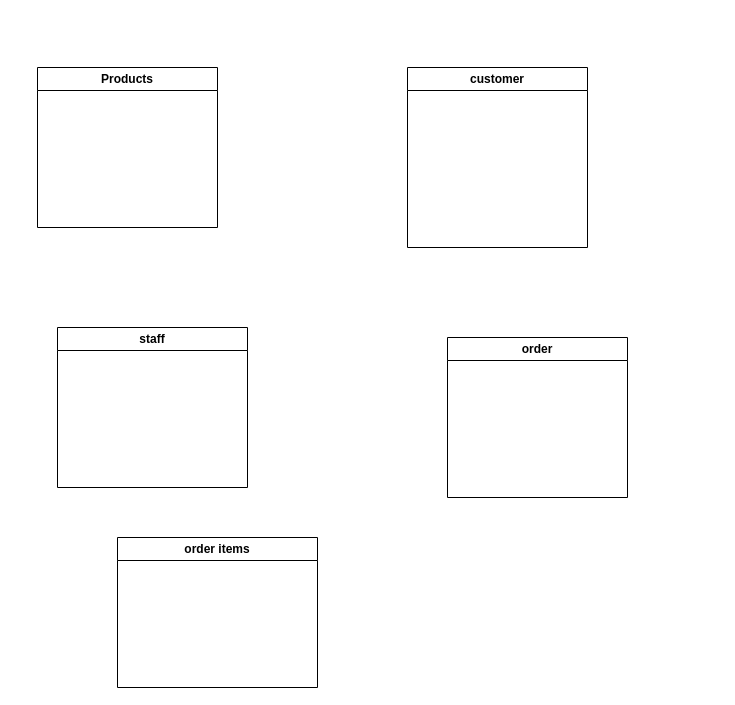
Earlier version of the draw.io diagram Untitled Diagram.drawio (mahoro-belyse/database_wk8_final_assignment). Source tidied: cells renumbered, new cells numbered last; positions are measured from the earlier drawing's top-left corner, leaving out a move shared by most shapes. Both pictures are drawn from the tidied source at 100%, with x=0, y=0 at pixel (37, 67).
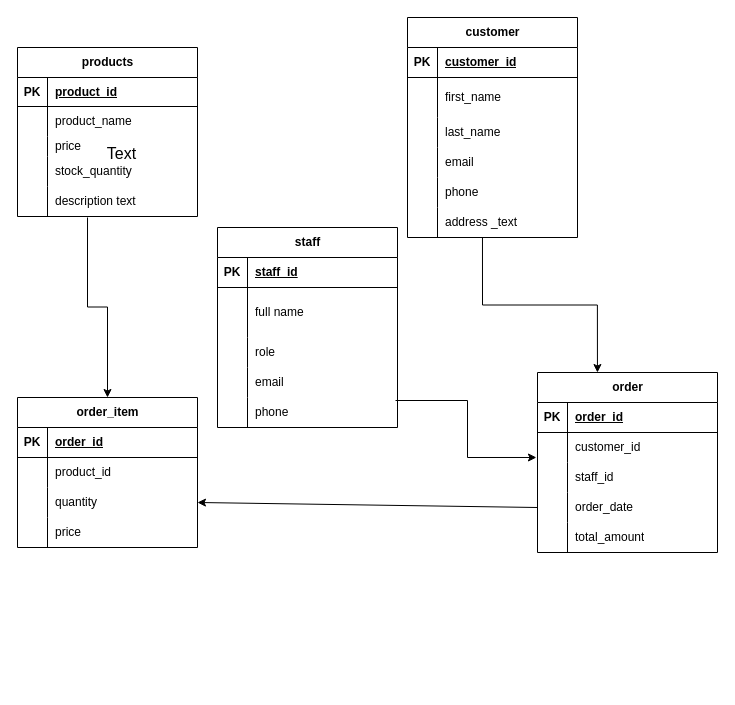
The same page after the edit.

Change to the diagram source:
```diff
@@
-    <mxCell id="2" value="Products" style="swimlane;whiteSpace=wrap;html=1;" parent="1" vertex="1">
-      <mxGeometry width="180" height="160" as="geometry" />
-    </mxCell>
+    <mxCell id="7" value="Text" style="text;html=1;align=center;verticalAlign=middle;strokeColor=none;fillColor=none;fontSize=16;labelBackgroundColor=none;" parent="1" vertex="1">
+      <mxGeometry x="59" y="71" width="50" height="30" as="geometry" />
+    </mxCell>
+    <mxCell id="8" value="products" style="shape=table;startSize=30;childLayout=tableLayout;rowLines=0;fontStyle=1;align=center;html=1;labelBackgroundColor=none;" parent="1" vertex="1">
+      <mxGeometry x="-20" y="-20" width="180" height="169" as="geometry" />
+    </mxCell>
+    <mxCell id="9" style="shape=tableRow;horizontal=0;startSize=0;swimlaneHead=0;swimlaneBody=0;fillColor=none;top=0;left=0;right=0;bottom=1;labelBackgroundColor=none;" parent="8" vertex="1">
+      <mxGeometry y="30" width="180" height="29" as="geometry" />
+    </mxCell>
+    <mxCell id="10" value="PK" style="shape=partialRectangle;fillColor=none;top=0;left=0;bottom=0;right=0;fontStyle=1;overflow=hidden;whiteSpace=wrap;html=1;labelBackgroundColor=none;" parent="9" vertex="1">
+      <mxGeometry width="30" height="29" as="geometry" />
+    </mxCell>
+    <mxCell id="11" value="product_id" style="shape=partialRectangle;fillColor=none;top=0;left=0;bottom=0;right=0;align=left;spacingLeft=6;fontStyle=5;overflow=hidden;whiteSpace=wrap;html=1;labelBackgroundColor=none;" parent="9" vertex="1">
+      <mxGeometry x="30" width="150" height="29" as="geometry" />
+    </mxCell>
+    <mxCell id="12" style="shape=tableRow;horizontal=0;startSize=0;swimlaneHead=0;swimlaneBody=0;fillColor=none;top=0;left=0;right=0;bottom=0;labelBackgroundColor=none;" parent="8" vertex="1">
+      <mxGeometry y="59" width="180" height="30" as="geometry" />
+    </mxCell>
+    <mxCell id="13" style="shape=partialRectangle;fillColor=none;top=0;left=0;bottom=0;right=0;overflow=hidden;whiteSpace=wrap;html=1;labelBackgroundColor=none;" parent="12" vertex="1">
+      <mxGeometry width="30" height="30" as="geometry" />
+    </mxCell>
+    <mxCell id="14" value="product_name" style="shape=partialRectangle;fillColor=none;top=0;left=0;bottom=0;right=0;align=left;spacingLeft=6;overflow=hidden;whiteSpace=wrap;html=1;labelBackgroundColor=none;" parent="12" vertex="1">
+      <mxGeometry x="30" width="150" height="30" as="geometry" />
+    </mxCell>
+    <mxCell id="15" style="shape=tableRow;horizontal=0;startSize=0;swimlaneHead=0;swimlaneBody=0;fillColor=none;top=0;left=0;right=0;bottom=0;labelBackgroundColor=none;" parent="8" vertex="1">
+      <mxGeometry y="89" width="180" height="20" as="geometry" />
+    </mxCell>
+    <mxCell id="16" style="shape=partialRectangle;fillColor=none;top=0;left=0;bottom=0;right=0;overflow=hidden;whiteSpace=wrap;html=1;labelBackgroundColor=none;" parent="15" vertex="1">
+      <mxGeometry width="30" height="20" as="geometry" />
+    </mxCell>
+    <mxCell id="17" value="price" style="shape=partialRectangle;fillColor=none;top=0;left=0;bottom=0;right=0;align=left;spacingLeft=6;overflow=hidden;whiteSpace=wrap;html=1;labelBackgroundColor=none;" parent="15" vertex="1">
+      <mxGeometry x="30" width="150" height="20" as="geometry" />
+    </mxCell>
+    <mxCell id="18" style="shape=tableRow;horizontal=0;startSize=0;swimlaneHead=0;swimlaneBody=0;fillColor=none;top=0;left=0;right=0;bottom=0;labelBackgroundColor=none;" parent="8" vertex="1">
+      <mxGeometry y="109" width="180" height="30" as="geometry" />
+    </mxCell>
+    <mxCell id="19" style="shape=partialRectangle;fillColor=none;top=0;left=0;bottom=0;right=0;overflow=hidden;whiteSpace=wrap;html=1;labelBackgroundColor=none;" parent="18" vertex="1">
+      <mxGeometry width="30" height="30" as="geometry" />
+    </mxCell>
+    <mxCell id="20" value="stock_quantity" style="shape=partialRectangle;fillColor=none;top=0;left=0;bottom=0;right=0;align=left;spacingLeft=6;overflow=hidden;whiteSpace=wrap;html=1;labelBackgroundColor=none;" parent="18" vertex="1">
+      <mxGeometry x="30" width="150" height="30" as="geometry" />
+    </mxCell>
+    <mxCell id="21" style="shape=tableRow;horizontal=0;startSize=0;swimlaneHead=0;swimlaneBody=0;fillColor=none;points=[[0,0.5],[1,0.5]];portConstraint=eastwest;top=0;left=0;right=0;bottom=0;labelBackgroundColor=none;" parent="8" vertex="1">
+      <mxGeometry y="139" width="180" height="30" as="geometry" />
+    </mxCell>
+    <mxCell id="22" style="shape=partialRectangle;fillColor=none;top=0;left=0;bottom=0;right=0;overflow=hidden;whiteSpace=wrap;html=1;labelBackgroundColor=none;" parent="21" vertex="1">
+      <mxGeometry width="30" height="30" as="geometry" />
+    </mxCell>
+    <mxCell id="23" value="description text" style="shape=partialRectangle;fillColor=none;top=0;left=0;bottom=0;right=0;align=left;spacingLeft=6;overflow=hidden;whiteSpace=wrap;html=1;labelBackgroundColor=none;" parent="21" vertex="1">
+      <mxGeometry x="30" width="150" height="30" as="geometry" />
+    </mxCell>
+    <mxCell id="4" value="staff" style="shape=table;startSize=30;childLayout=tableLayout;rowLines=0;fontStyle=1;align=center;html=1;" parent="1" vertex="1">
+      <mxGeometry x="180" y="160" width="180" height="200" as="geometry" />
+    </mxCell>
+    <mxCell id="24" style="shape=tableRow;horizontal=0;startSize=0;swimlaneHead=0;swimlaneBody=0;fillColor=none;top=0;left=0;right=0;bottom=1;" parent="4" vertex="1">
+      <mxGeometry y="30" width="180" height="30" as="geometry" />
+    </mxCell>
+    <mxCell id="25" value="PK" style="shape=partialRectangle;fillColor=none;top=0;left=0;bottom=0;right=0;fontStyle=1;overflow=hidden;whiteSpace=wrap;html=1;" parent="24" vertex="1">
+      <mxGeometry width="30" height="30" as="geometry" />
+    </mxCell>
+    <mxCell id="26" value="staff_id" style="shape=partialRectangle;fillColor=none;top=0;left=0;bottom=0;right=0;align=left;spacingLeft=6;fontStyle=5;overflow=hidden;whiteSpace=wrap;html=1;" parent="24" vertex="1">
+      <mxGeometry x="30" width="150" height="30" as="geometry" />
+    </mxCell>
+    <mxCell id="27" style="shape=tableRow;horizontal=0;startSize=0;swimlaneHead=0;swimlaneBody=0;fillColor=none;top=0;left=0;right=0;bottom=0;" parent="4" vertex="1">
+      <mxGeometry y="60" width="180" height="50" as="geometry" />
+    </mxCell>
+    <mxCell id="28" style="shape=partialRectangle;fillColor=none;top=0;left=0;bottom=0;right=0;overflow=hidden;whiteSpace=wrap;html=1;" parent="27" vertex="1">
+      <mxGeometry width="30" height="50" as="geometry" />
+    </mxCell>
+    <mxCell id="29" value="full name" style="shape=partialRectangle;fillColor=none;top=0;left=0;bottom=0;right=0;align=left;spacingLeft=6;overflow=hidden;whiteSpace=wrap;html=1;" parent="27" vertex="1">
+      <mxGeometry x="30" width="150" height="50" as="geometry" />
+    </mxCell>
+    <mxCell id="30" style="shape=tableRow;horizontal=0;startSize=0;swimlaneHead=0;swimlaneBody=0;fillColor=none;top=0;left=0;right=0;bottom=0;" parent="4" vertex="1">
+      <mxGeometry y="110" width="180" height="30" as="geometry" />
+    </mxCell>
+    <mxCell id="31" style="shape=partialRectangle;fillColor=none;top=0;left=0;bottom=0;right=0;overflow=hidden;whiteSpace=wrap;html=1;" parent="30" vertex="1">
+      <mxGeometry width="30" height="30" as="geometry" />
+    </mxCell>
+    <mxCell id="32" value="role" style="shape=partialRectangle;fillColor=none;top=0;left=0;bottom=0;right=0;align=left;spacingLeft=6;overflow=hidden;whiteSpace=wrap;html=1;" parent="30" vertex="1">
+      <mxGeometry x="30" width="150" height="30" as="geometry" />
+    </mxCell>
+    <mxCell id="33" style="shape=tableRow;horizontal=0;startSize=0;swimlaneHead=0;swimlaneBody=0;fillColor=none;top=0;left=0;right=0;bottom=0;" parent="4" vertex="1">
+      <mxGeometry y="140" width="180" height="30" as="geometry" />
+    </mxCell>
+    <mxCell id="34" style="shape=partialRectangle;fillColor=none;top=0;left=0;bottom=0;right=0;overflow=hidden;whiteSpace=wrap;html=1;" parent="33" vertex="1">
+      <mxGeometry width="30" height="30" as="geometry" />
+    </mxCell>
+    <mxCell id="35" value="email" style="shape=partialRectangle;fillColor=none;top=0;left=0;bottom=0;right=0;align=left;spacingLeft=6;overflow=hidden;whiteSpace=wrap;html=1;" parent="33" vertex="1">
+      <mxGeometry x="30" width="150" height="30" as="geometry" />
+    </mxCell>
+    <mxCell id="36" style="shape=tableRow;horizontal=0;startSize=0;swimlaneHead=0;swimlaneBody=0;fillColor=none;points=[[0,0.5],[1,0.5]];portConstraint=eastwest;top=0;left=0;right=0;bottom=0;" parent="4" vertex="1">
+      <mxGeometry y="170" width="180" height="30" as="geometry" />
+    </mxCell>
+    <mxCell id="37" style="shape=partialRectangle;fillColor=none;top=0;left=0;bottom=0;right=0;overflow=hidden;whiteSpace=wrap;html=1;" parent="36" vertex="1">
+      <mxGeometry width="30" height="30" as="geometry" />
+    </mxCell>
+    <mxCell id="38" value="phone" style="shape=partialRectangle;fillColor=none;top=0;left=0;bottom=0;right=0;align=left;spacingLeft=6;overflow=hidden;whiteSpace=wrap;html=1;" parent="36" vertex="1">
+      <mxGeometry x="30" width="150" height="30" as="geometry" />
+    </mxCell>
-    <mxCell id="3" value="customer" style="swimlane;whiteSpace=wrap;html=1;" parent="1" vertex="1">
-      <mxGeometry x="370" width="180" height="180" as="geometry" />
+    <mxCell id="3" value="customer" style="shape=table;startSize=30;childLayout=tableLayout;rowLines=0;fontStyle=1;align=center;html=1;" parent="1" vertex="1">
+      <mxGeometry x="370" y="-50" width="170" height="220" as="geometry" />
     </mxCell>
-    <mxCell id="4" value="staff" style="swimlane;whiteSpace=wrap;html=1;" parent="1" vertex="1">
-      <mxGeometry x="20" y="260" width="190" height="160" as="geometry" />
-    </mxCell>
+    <mxCell id="39" style="shape=tableRow;horizontal=0;startSize=0;swimlaneHead=0;swimlaneBody=0;fillColor=none;top=0;left=0;right=0;bottom=1;" parent="3" vertex="1">
+      <mxGeometry y="30" width="170" height="30" as="geometry" />
+    </mxCell>
+    <mxCell id="40" value="PK" style="shape=partialRectangle;fillColor=none;top=0;left=0;bottom=0;right=0;fontStyle=1;overflow=hidden;whiteSpace=wrap;html=1;" parent="39" vertex="1">
+      <mxGeometry width="30" height="30" as="geometry" />
+    </mxCell>
+    <mxCell id="41" value="customer_id" style="shape=partialRectangle;fillColor=none;top=0;left=0;bottom=0;right=0;align=left;spacingLeft=6;fontStyle=5;overflow=hidden;whiteSpace=wrap;html=1;" parent="39" vertex="1">
+      <mxGeometry x="30" width="140" height="30" as="geometry" />
+    </mxCell>
+    <mxCell id="42" style="shape=tableRow;horizontal=0;startSize=0;swimlaneHead=0;swimlaneBody=0;fillColor=none;top=0;left=0;right=0;bottom=0;" parent="3" vertex="1">
+      <mxGeometry y="60" width="170" height="40" as="geometry" />
+    </mxCell>
+    <mxCell id="43" style="shape=partialRectangle;fillColor=none;top=0;left=0;bottom=0;right=0;overflow=hidden;whiteSpace=wrap;html=1;" parent="42" vertex="1">
+      <mxGeometry width="30" height="40" as="geometry" />
+    </mxCell>
+    <mxCell id="44" value="first_name" style="shape=partialRectangle;fillColor=none;top=0;left=0;bottom=0;right=0;align=left;spacingLeft=6;overflow=hidden;whiteSpace=wrap;html=1;" parent="42" vertex="1">
+      <mxGeometry x="30" width="140" height="40" as="geometry" />
+    </mxCell>
+    <mxCell id="45" style="shape=tableRow;horizontal=0;startSize=0;swimlaneHead=0;swimlaneBody=0;fillColor=none;top=0;left=0;right=0;bottom=0;" parent="3" vertex="1">
+      <mxGeometry y="100" width="170" height="30" as="geometry" />
+    </mxCell>
+    <mxCell id="46" style="shape=partialRectangle;fillColor=none;top=0;left=0;bottom=0;right=0;overflow=hidden;whiteSpace=wrap;html=1;" parent="45" vertex="1">
+      <mxGeometry width="30" height="30" as="geometry" />
+    </mxCell>
+    <mxCell id="47" value="last_name" style="shape=partialRectangle;fillColor=none;top=0;left=0;bottom=0;right=0;align=left;spacingLeft=6;overflow=hidden;whiteSpace=wrap;html=1;" parent="45" vertex="1">
+      <mxGeometry x="30" width="140" height="30" as="geometry" />
+    </mxCell>
+    <mxCell id="48" style="shape=tableRow;horizontal=0;startSize=0;swimlaneHead=0;swimlaneBody=0;fillColor=none;top=0;left=0;right=0;bottom=0;" parent="3" vertex="1">
+      <mxGeometry y="130" width="170" height="30" as="geometry" />
+    </mxCell>
+    <mxCell id="49" style="shape=partialRectangle;fillColor=none;top=0;left=0;bottom=0;right=0;overflow=hidden;whiteSpace=wrap;html=1;" parent="48" vertex="1">
+      <mxGeometry width="30" height="30" as="geometry" />
+    </mxCell>
+    <mxCell id="50" value="email" style="shape=partialRectangle;fillColor=none;top=0;left=0;bottom=0;right=0;align=left;spacingLeft=6;overflow=hidden;whiteSpace=wrap;html=1;" parent="48" vertex="1">
+      <mxGeometry x="30" width="140" height="30" as="geometry" />
+    </mxCell>
+    <mxCell id="51" style="shape=tableRow;horizontal=0;startSize=0;swimlaneHead=0;swimlaneBody=0;fillColor=none;top=0;left=0;right=0;bottom=0;" parent="3" vertex="1">
+      <mxGeometry y="160" width="170" height="30" as="geometry" />
+    </mxCell>
+    <mxCell id="52" style="shape=partialRectangle;fillColor=none;top=0;left=0;bottom=0;right=0;overflow=hidden;whiteSpace=wrap;html=1;" parent="51" vertex="1">
+      <mxGeometry width="30" height="30" as="geometry" />
+    </mxCell>
+    <mxCell id="53" value="phone" style="shape=partialRectangle;fillColor=none;top=0;left=0;bottom=0;right=0;align=left;spacingLeft=6;overflow=hidden;whiteSpace=wrap;html=1;" parent="51" vertex="1">
+      <mxGeometry x="30" width="140" height="30" as="geometry" />
+    </mxCell>
+    <mxCell id="54" style="shape=tableRow;horizontal=0;startSize=0;swimlaneHead=0;swimlaneBody=0;fillColor=none;points=[[0,0.5],[1,0.5]];portConstraint=eastwest;top=0;left=0;right=0;bottom=0;" parent="3" vertex="1">
+      <mxGeometry y="190" width="170" height="30" as="geometry" />
+    </mxCell>
+    <mxCell id="55" style="shape=partialRectangle;fillColor=none;top=0;left=0;bottom=0;right=0;overflow=hidden;whiteSpace=wrap;html=1;" parent="54" vertex="1">
+      <mxGeometry width="30" height="30" as="geometry" />
+    </mxCell>
+    <mxCell id="56" value="address _text" style="shape=partialRectangle;fillColor=none;top=0;left=0;bottom=0;right=0;align=left;spacingLeft=6;overflow=hidden;whiteSpace=wrap;html=1;" parent="54" vertex="1">
+      <mxGeometry x="30" width="140" height="30" as="geometry" />
+    </mxCell>
-    <mxCell id="5" value="order" style="swimlane;whiteSpace=wrap;html=1;" parent="1" vertex="1">
-      <mxGeometry x="410" y="270" width="180" height="160" as="geometry" />
+    <mxCell id="5" value="order" style="shape=table;startSize=30;childLayout=tableLayout;rowLines=0;fontStyle=1;align=center;html=1;" parent="1" vertex="1">
+      <mxGeometry x="500" y="305" width="180" height="180" as="geometry" />
     </mxCell>
-    <mxCell id="6" value="order items" style="swimlane;whiteSpace=wrap;html=1;" parent="1" vertex="1">
-      <mxGeometry x="80" y="470" width="200" height="150" as="geometry" />
-    </mxCell>
+    <mxCell id="57" style="shape=tableRow;horizontal=0;startSize=0;swimlaneHead=0;swimlaneBody=0;fillColor=none;top=0;left=0;right=0;bottom=1;" parent="5" vertex="1">
+      <mxGeometry y="30" width="180" height="30" as="geometry" />
+    </mxCell>
+    <mxCell id="58" value="PK" style="shape=partialRectangle;fillColor=none;top=0;left=0;bottom=0;right=0;fontStyle=1;overflow=hidden;whiteSpace=wrap;html=1;" parent="57" vertex="1">
+      <mxGeometry width="30" height="30" as="geometry" />
+    </mxCell>
+    <mxCell id="59" value="order_id" style="shape=partialRectangle;fillColor=none;top=0;left=0;bottom=0;right=0;align=left;spacingLeft=6;fontStyle=5;overflow=hidden;whiteSpace=wrap;html=1;" parent="57" vertex="1">
+      <mxGeometry x="30" width="150" height="30" as="geometry" />
+    </mxCell>
+    <mxCell id="60" style="shape=tableRow;horizontal=0;startSize=0;swimlaneHead=0;swimlaneBody=0;fillColor=none;points=[[0,0.5],[1,0.5]];portConstraint=eastwest;top=0;left=0;right=0;bottom=0;" parent="5" vertex="1">
+      <mxGeometry y="60" width="180" height="30" as="geometry" />
+    </mxCell>
+    <mxCell id="61" style="shape=partialRectangle;fillColor=none;top=0;left=0;bottom=0;right=0;overflow=hidden;whiteSpace=wrap;html=1;" parent="60" vertex="1">
+      <mxGeometry width="30" height="30" as="geometry" />
+    </mxCell>
+    <mxCell id="62" value="customer_id" style="shape=partialRectangle;fillColor=none;top=0;left=0;bottom=0;right=0;align=left;spacingLeft=6;overflow=hidden;whiteSpace=wrap;html=1;" parent="60" vertex="1">
+      <mxGeometry x="30" width="150" height="30" as="geometry" />
+    </mxCell>
+    <mxCell id="63" style="shape=tableRow;horizontal=0;startSize=0;swimlaneHead=0;swimlaneBody=0;fillColor=none;top=0;left=0;right=0;bottom=0;" parent="5" vertex="1">
+      <mxGeometry y="90" width="180" height="30" as="geometry" />
+    </mxCell>
+    <mxCell id="64" style="shape=partialRectangle;fillColor=none;top=0;left=0;bottom=0;right=0;overflow=hidden;whiteSpace=wrap;html=1;" parent="63" vertex="1">
+      <mxGeometry width="30" height="30" as="geometry" />
+    </mxCell>
+    <mxCell id="65" value="staff_id" style="shape=partialRectangle;fillColor=none;top=0;left=0;bottom=0;right=0;align=left;spacingLeft=6;overflow=hidden;whiteSpace=wrap;html=1;" parent="63" vertex="1">
+      <mxGeometry x="30" width="150" height="30" as="geometry" />
+    </mxCell>
+    <mxCell id="66" style="shape=tableRow;horizontal=0;startSize=0;swimlaneHead=0;swimlaneBody=0;fillColor=none;points=[[0,0.5],[1,0.5]];portConstraint=eastwest;top=0;left=0;right=0;bottom=0;" parent="5" vertex="1">
+      <mxGeometry y="120" width="180" height="30" as="geometry" />
+    </mxCell>
+    <mxCell id="67" style="shape=partialRectangle;fillColor=none;top=0;left=0;bottom=0;right=0;overflow=hidden;whiteSpace=wrap;html=1;" parent="66" vertex="1">
+      <mxGeometry width="30" height="30" as="geometry" />
+    </mxCell>
+    <mxCell id="68" value="order_date" style="shape=partialRectangle;fillColor=none;top=0;left=0;bottom=0;right=0;align=left;spacingLeft=6;overflow=hidden;whiteSpace=wrap;html=1;" parent="66" vertex="1">
+      <mxGeometry x="30" width="150" height="30" as="geometry" />
+    </mxCell>
+    <mxCell id="69" style="shape=tableRow;horizontal=0;startSize=0;swimlaneHead=0;swimlaneBody=0;fillColor=none;top=0;left=0;right=0;bottom=0;" parent="5" vertex="1">
+      <mxGeometry y="150" width="180" height="30" as="geometry" />
+    </mxCell>
+    <mxCell id="70" style="shape=partialRectangle;fillColor=none;top=0;left=0;bottom=0;right=0;overflow=hidden;whiteSpace=wrap;html=1;" parent="69" vertex="1">
+      <mxGeometry width="30" height="30" as="geometry" />
+    </mxCell>
+    <mxCell id="71" value="total_amount" style="shape=partialRectangle;fillColor=none;top=0;left=0;bottom=0;right=0;align=left;spacingLeft=6;overflow=hidden;whiteSpace=wrap;html=1;" parent="69" vertex="1">
+      <mxGeometry x="30" width="150" height="30" as="geometry" />
+    </mxCell>
+    <mxCell id="72" value="order_item" style="shape=table;startSize=30;childLayout=tableLayout;rowLines=0;fontStyle=1;align=center;html=1;" parent="1" vertex="1">
+      <mxGeometry x="-20" y="330" width="180" height="150" as="geometry" />
+    </mxCell>
+    <mxCell id="73" style="shape=tableRow;horizontal=0;startSize=0;swimlaneHead=0;swimlaneBody=0;fillColor=none;top=0;left=0;right=0;bottom=1;" parent="72" vertex="1">
+      <mxGeometry y="30" width="180" height="30" as="geometry" />
+    </mxCell>
+    <mxCell id="74" value="PK" style="shape=partialRectangle;fillColor=none;top=0;left=0;bottom=0;right=0;fontStyle=1;overflow=hidden;whiteSpace=wrap;html=1;" parent="73" vertex="1">
+      <mxGeometry width="30" height="30" as="geometry" />
+    </mxCell>
+    <mxCell id="75" value="order_id" style="shape=partialRectangle;fillColor=none;top=0;left=0;bottom=0;right=0;align=left;spacingLeft=6;fontStyle=5;overflow=hidden;whiteSpace=wrap;html=1;" parent="73" vertex="1">
+      <mxGeometry x="30" width="150" height="30" as="geometry" />
+    </mxCell>
+    <mxCell id="76" style="shape=tableRow;horizontal=0;startSize=0;swimlaneHead=0;swimlaneBody=0;fillColor=none;top=0;left=0;right=0;bottom=0;" parent="72" vertex="1">
+      <mxGeometry y="60" width="180" height="30" as="geometry" />
+    </mxCell>
+    <mxCell id="77" style="shape=partialRectangle;fillColor=none;top=0;left=0;bottom=0;right=0;overflow=hidden;whiteSpace=wrap;html=1;" parent="76" vertex="1">
+      <mxGeometry width="30" height="30" as="geometry" />
+    </mxCell>
+    <mxCell id="78" value="product_id" style="shape=partialRectangle;fillColor=none;top=0;left=0;bottom=0;right=0;align=left;spacingLeft=6;overflow=hidden;whiteSpace=wrap;html=1;" parent="76" vertex="1">
+      <mxGeometry x="30" width="150" height="30" as="geometry" />
+    </mxCell>
+    <mxCell id="79" style="shape=tableRow;horizontal=0;startSize=0;swimlaneHead=0;swimlaneBody=0;fillColor=none;points=[[0,0.5],[1,0.5]];portConstraint=eastwest;top=0;left=0;right=0;bottom=0;" parent="72" vertex="1">
+      <mxGeometry y="90" width="180" height="30" as="geometry" />
+    </mxCell>
+    <mxCell id="80" style="shape=partialRectangle;fillColor=none;top=0;left=0;bottom=0;right=0;overflow=hidden;whiteSpace=wrap;html=1;" parent="79" vertex="1">
+      <mxGeometry width="30" height="30" as="geometry" />
+    </mxCell>
+    <mxCell id="81" value="quantity" style="shape=partialRectangle;fillColor=none;top=0;left=0;bottom=0;right=0;align=left;spacingLeft=6;overflow=hidden;whiteSpace=wrap;html=1;" parent="79" vertex="1">
+      <mxGeometry x="30" width="150" height="30" as="geometry" />
+    </mxCell>
+    <mxCell id="82" style="shape=tableRow;horizontal=0;startSize=0;swimlaneHead=0;swimlaneBody=0;fillColor=none;top=0;left=0;right=0;bottom=0;" parent="72" vertex="1">
+      <mxGeometry y="120" width="180" height="30" as="geometry" />
+    </mxCell>
+    <mxCell id="83" style="shape=partialRectangle;fillColor=none;top=0;left=0;bottom=0;right=0;overflow=hidden;whiteSpace=wrap;html=1;" parent="82" vertex="1">
+      <mxGeometry width="30" height="30" as="geometry" />
+    </mxCell>
+    <mxCell id="84" value="price" style="shape=partialRectangle;fillColor=none;top=0;left=0;bottom=0;right=0;align=left;spacingLeft=6;overflow=hidden;whiteSpace=wrap;html=1;" parent="82" vertex="1">
+      <mxGeometry x="30" width="150" height="30" as="geometry" />
+    </mxCell>
+    <mxCell id="85" style="edgeStyle=entityRelationEdgeStyle;fontSize=12;html=1;endArrow=ERmandOne;startArrow=ERmandOne;rounded=0;entryX=0.894;entryY=1;entryDx=0;entryDy=0;entryPerimeter=0;strokeColor=none;fillColor=light-dark(#FFFFFF,#FEFBFF);" parent="1" edge="1" target="21">
+      <mxGeometry relative="1" as="geometry">
+        <mxPoint x="180" y="340" as="sourcePoint" />
+      </mxGeometry>
+    </mxCell>
+    <mxCell id="86" style="edgeStyle=orthogonalEdgeStyle;fontSize=12;html=1;endArrow=classic;endFill=1;rounded=0;entryX=0.5;entryY=0;entryDx=0;entryDy=0;startArrow=none;startFill=0;exitX=0.389;exitY=1.033;exitDx=0;exitDy=0;exitPerimeter=0;" parent="1" edge="1" source="21" target="72">
+      <mxGeometry relative="1" as="geometry" />
+    </mxCell>
+    <mxCell id="87" style="edgeStyle=orthogonalEdgeStyle;fontSize=12;html=1;endArrow=classic;endFill=1;rounded=0;startArrow=none;startFill=0;entryX=0.333;entryY=0;entryDx=0;entryDy=0;entryPerimeter=0;exitX=0.441;exitY=1;exitDx=0;exitDy=0;exitPerimeter=0;" parent="1" edge="1" source="54" target="5">
+      <mxGeometry relative="1" as="geometry" />
+    </mxCell>
+    <mxCell id="88" style="edgeStyle=orthogonalEdgeStyle;fontSize=12;html=1;endArrow=classic;endFill=1;rounded=0;entryX=-0.006;entryY=0.833;entryDx=0;entryDy=0;entryPerimeter=0;exitX=0.989;exitY=0.1;exitDx=0;exitDy=0;exitPerimeter=0;startArrow=none;startFill=0;" parent="1" edge="1" source="36" target="60">
+      <mxGeometry relative="1" as="geometry" />
+    </mxCell>
+    <mxCell id="89" style="fontSize=12;html=1;endArrow=classic;endFill=1;rounded=0;startArrow=none;startFill=0;exitX=0;exitY=0.5;exitDx=0;exitDy=0;entryX=1;entryY=0.5;entryDx=0;entryDy=0;" parent="1" edge="1" source="66" target="79">
+      <mxGeometry relative="1" as="geometry" />
+    </mxCell>
```
